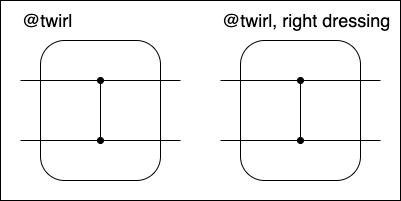
This is docs/figs/dressed_box_uncollected.drawio.png from Qiskit/samplomatic, a draw.io export, as it was before one commit. Source tidied: cells renumbered, new cells last; positions are measured from the earlier drawing's top-left corner, leaving out a move shared by most shapes.
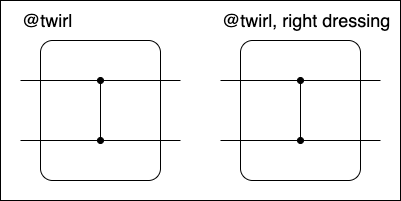
After the change.

What changed in the source:
```diff
@@ -8,7 +8,7 @@
     <mxCell id="3" style="rounded=0;whiteSpace=wrap;html=1;fontSize=18;" parent="2" vertex="1">
       <mxGeometry width="400" height="200" as="geometry" />
     </mxCell>
-    <mxCell id="4" style="rounded=1;whiteSpace=wrap;html=1;arcSize=20;fontSize=18;" parent="2" vertex="1">
+    <mxCell id="4" style="rounded=1;whiteSpace=wrap;html=1;arcSize=10;fontSize=18;" parent="2" vertex="1">
       <mxGeometry x="40" y="40" width="120" height="140" as="geometry" />
     </mxCell>
     <mxCell id="5" style="endArrow=oval;startArrow=oval;html=1;startFill=1;endFill=1;fontSize=18;" parent="2" edge="1">
@@ -32,7 +32,7 @@
     <mxCell id="8" value="&lt;font&gt;@twirl&lt;/font&gt;" style="text;html=1;align=left;verticalAlign=middle;whiteSpace=wrap;rounded=0;fontSize=18;" parent="2" vertex="1">
       <mxGeometry x="20" width="180" height="40" as="geometry" />
     </mxCell>
-    <mxCell id="9" style="rounded=1;whiteSpace=wrap;html=1;arcSize=20;fontSize=18;" parent="2" vertex="1">
+    <mxCell id="9" style="rounded=1;whiteSpace=wrap;html=1;arcSize=10;fontSize=18;" parent="2" vertex="1">
       <mxGeometry x="240" y="40" width="120" height="140" as="geometry" />
     </mxCell>
     <mxCell id="10" style="endArrow=oval;startArrow=oval;html=1;startFill=1;endFill=1;fontSize=18;" parent="2" edge="1">
```
